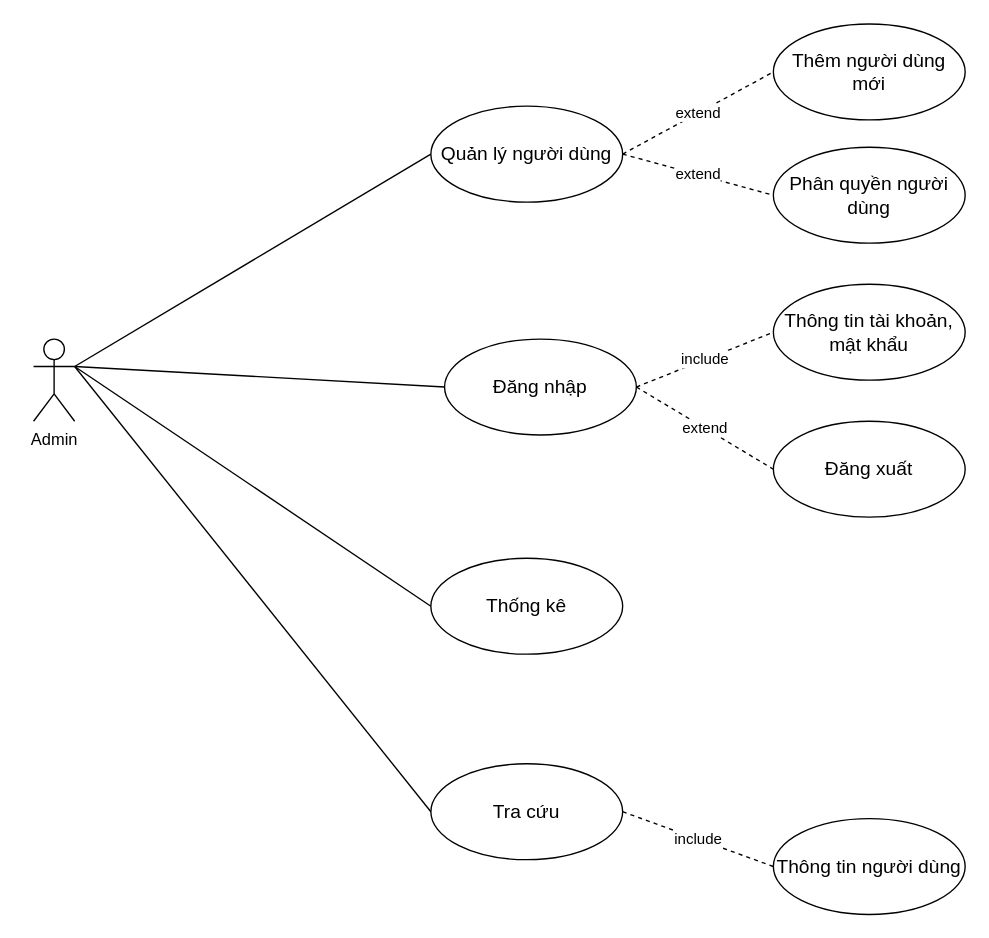
Earlier version of the draw.io diagram DA_II/drawio/usecaseAdmin.drawio (toroieno/HUST). Source tidied: cells renumbered, new cells numbered last; positions are measured from the earlier drawing's top-left corner, leaving out a move shared by most shapes. Both pictures are drawn from the tidied source at 137%, with x=0, y=0 at pixel (33, 23).
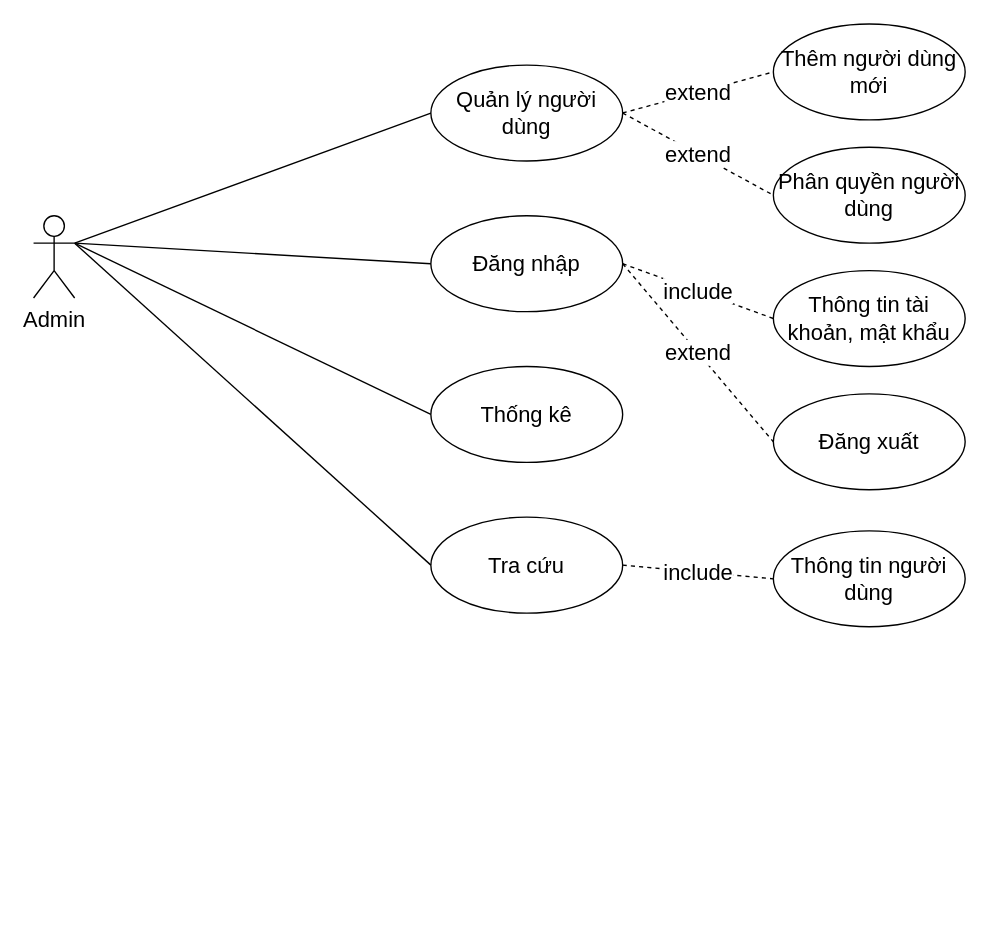
Above is the later version.

The edit, as a diff of the source:
```diff
@@
-    <mxCell id="2" value="Admin" style="shape=umlActor;verticalLabelPosition=bottom;verticalAlign=top;html=1;outlineConnect=0;" parent="1" vertex="1">
-      <mxGeometry y="230" width="30" height="60" as="geometry" />
+    <mxCell id="2" value="Admin" style="shape=umlActor;verticalLabelPosition=bottom;verticalAlign=top;html=1;outlineConnect=0;fontSize=16;" parent="1" vertex="1">
+      <mxGeometry y="140" width="30" height="60" as="geometry" />
     </mxCell>
-    <mxCell id="3" value="Đăng nhập" style="ellipse;whiteSpace=wrap;html=1;strokeWidth=1;fontSize=14;" parent="1" vertex="1">
-      <mxGeometry x="300" y="230" width="140" height="70" as="geometry" />
+    <mxCell id="3" value="Đăng nhập" style="ellipse;whiteSpace=wrap;html=1;strokeWidth=1;fontSize=16;" parent="1" vertex="1">
+      <mxGeometry x="290" y="140" width="140" height="70" as="geometry" />
     </mxCell>
-    <mxCell id="4" value="Thống kê" style="ellipse;whiteSpace=wrap;html=1;strokeWidth=1;fontSize=14;" parent="1" vertex="1">
-      <mxGeometry x="290" y="390" width="140" height="70" as="geometry" />
+    <mxCell id="4" value="Thống kê" style="ellipse;whiteSpace=wrap;html=1;strokeWidth=1;fontSize=16;" parent="1" vertex="1">
+      <mxGeometry x="290" y="250" width="140" height="70" as="geometry" />
     </mxCell>
-    <mxCell id="5" value="Tra cứu" style="ellipse;whiteSpace=wrap;html=1;strokeWidth=1;fontSize=14;" parent="1" vertex="1">
-      <mxGeometry x="290" y="540" width="140" height="70" as="geometry" />
+    <mxCell id="5" value="Tra cứu" style="ellipse;whiteSpace=wrap;html=1;strokeWidth=1;fontSize=16;" parent="1" vertex="1">
+      <mxGeometry x="290" y="360" width="140" height="70" as="geometry" />
     </mxCell>
-    <mxCell id="6" value="Quản lý người dùng" style="ellipse;whiteSpace=wrap;html=1;strokeWidth=1;fontSize=14;" parent="1" vertex="1">
-      <mxGeometry x="290" y="60" width="140" height="70" as="geometry" />
+    <mxCell id="6" value="Quản lý người dùng" style="ellipse;whiteSpace=wrap;html=1;strokeWidth=1;fontSize=16;" parent="1" vertex="1">
+      <mxGeometry x="290" y="30" width="140" height="70" as="geometry" />
     </mxCell>
-    <mxCell id="7" style="endArrow=none;html=1;rounded=0;entryX=0;entryY=0.5;entryDx=0;entryDy=0;exitX=1;exitY=0.3333333333333333;exitDx=0;exitDy=0;exitPerimeter=0;" parent="1" edge="1" source="2" target="6">
+    <mxCell id="7" style="endArrow=none;html=1;rounded=0;entryX=0;entryY=0.5;entryDx=0;entryDy=0;exitX=1;exitY=0.3333333333333333;exitDx=0;exitDy=0;exitPerimeter=0;fontSize=16;" parent="1" edge="1" source="2" target="6">
       <mxGeometry relative="1" as="geometry" />
     </mxCell>
-    <mxCell id="8" style="endArrow=none;html=1;rounded=0;entryX=0;entryY=0.5;entryDx=0;entryDy=0;exitX=1;exitY=0.3333333333333333;exitDx=0;exitDy=0;exitPerimeter=0;" parent="1" edge="1" source="2" target="3">
+    <mxCell id="8" style="endArrow=none;html=1;rounded=0;entryX=0;entryY=0.5;entryDx=0;entryDy=0;exitX=1;exitY=0.3333333333333333;exitDx=0;exitDy=0;exitPerimeter=0;fontSize=16;" parent="1" edge="1" source="2" target="3">
       <mxGeometry relative="1" as="geometry" />
     </mxCell>
-    <mxCell id="9" style="endArrow=none;html=1;rounded=0;entryX=0;entryY=0.5;entryDx=0;entryDy=0;exitX=1;exitY=0.3333333333333333;exitDx=0;exitDy=0;exitPerimeter=0;" parent="1" edge="1" source="2" target="4">
+    <mxCell id="9" style="endArrow=none;html=1;rounded=0;entryX=0;entryY=0.5;entryDx=0;entryDy=0;exitX=1;exitY=0.3333333333333333;exitDx=0;exitDy=0;exitPerimeter=0;fontSize=16;" parent="1" edge="1" source="2" target="4">
       <mxGeometry relative="1" as="geometry" />
     </mxCell>
-    <mxCell id="10" style="endArrow=none;html=1;rounded=0;entryX=0;entryY=0.5;entryDx=0;entryDy=0;exitX=1;exitY=0.3333333333333333;exitDx=0;exitDy=0;exitPerimeter=0;" parent="1" edge="1" source="2" target="5">
+    <mxCell id="10" style="endArrow=none;html=1;rounded=0;entryX=0;entryY=0.5;entryDx=0;entryDy=0;exitX=1;exitY=0.3333333333333333;exitDx=0;exitDy=0;exitPerimeter=0;fontSize=16;" parent="1" edge="1" source="2" target="5">
       <mxGeometry relative="1" as="geometry" />
     </mxCell>
-    <mxCell id="11" value="include" style="endArrow=none;dashed=1;html=1;rounded=0;entryX=0;entryY=0.5;entryDx=0;entryDy=0;exitX=1;exitY=0.5;exitDx=0;exitDy=0;" parent="1" edge="1" source="3" target="12">
+    <mxCell id="11" value="include" style="endArrow=none;dashed=1;html=1;rounded=0;entryX=0;entryY=0.5;entryDx=0;entryDy=0;exitX=1;exitY=0.5;exitDx=0;exitDy=0;fontSize=16;" parent="1" edge="1" source="3" target="12">
       <mxGeometry relative="1" as="geometry" />
     </mxCell>
-    <mxCell id="12" value="Thông tin tài khoản, mật khẩu" style="ellipse;whiteSpace=wrap;html=1;strokeWidth=1;fontSize=14;" parent="1" vertex="1">
-      <mxGeometry x="540" y="190" width="140" height="70" as="geometry" />
+    <mxCell id="12" value="Thông tin tài khoản, mật khẩu" style="ellipse;whiteSpace=wrap;html=1;strokeWidth=1;fontSize=16;" parent="1" vertex="1">
+      <mxGeometry x="540" y="180" width="140" height="70" as="geometry" />
     </mxCell>
-    <mxCell id="13" value="Đăng xuất" style="ellipse;whiteSpace=wrap;html=1;strokeWidth=1;fontSize=14;" parent="1" vertex="1">
-      <mxGeometry x="540" y="290" width="140" height="70" as="geometry" />
+    <mxCell id="13" value="Đăng xuất" style="ellipse;whiteSpace=wrap;html=1;strokeWidth=1;fontSize=16;" parent="1" vertex="1">
+      <mxGeometry x="540" y="270" width="140" height="70" as="geometry" />
     </mxCell>
-    <mxCell id="14" value="extend" style="endArrow=none;dashed=1;html=1;rounded=0;entryX=0;entryY=0.5;entryDx=0;entryDy=0;exitX=1;exitY=0.5;exitDx=0;exitDy=0;" parent="1" edge="1" source="3" target="13">
+    <mxCell id="14" value="extend" style="endArrow=none;dashed=1;html=1;rounded=0;entryX=0;entryY=0.5;entryDx=0;entryDy=0;exitX=1;exitY=0.5;exitDx=0;exitDy=0;fontSize=16;" parent="1" edge="1" source="3" target="13">
       <mxGeometry relative="1" as="geometry" />
     </mxCell>
-    <mxCell id="15" value="Thông tin người dùng" style="ellipse;whiteSpace=wrap;html=1;strokeWidth=1;fontSize=14;" parent="1" vertex="1">
-      <mxGeometry x="540" y="580" width="140" height="70" as="geometry" />
+    <mxCell id="15" value="Thông tin người dùng" style="ellipse;whiteSpace=wrap;html=1;strokeWidth=1;fontSize=16;" parent="1" vertex="1">
+      <mxGeometry x="540" y="370" width="140" height="70" as="geometry" />
     </mxCell>
-    <mxCell id="16" value="include" style="endArrow=none;dashed=1;html=1;rounded=0;entryX=0;entryY=0.5;entryDx=0;entryDy=0;exitX=1;exitY=0.5;exitDx=0;exitDy=0;" parent="1" edge="1" source="5" target="15">
+    <mxCell id="16" value="include" style="endArrow=none;dashed=1;html=1;rounded=0;entryX=0;entryY=0.5;entryDx=0;entryDy=0;exitX=1;exitY=0.5;exitDx=0;exitDy=0;fontSize=16;" parent="1" edge="1" source="5" target="15">
       <mxGeometry relative="1" as="geometry" />
     </mxCell>
-    <mxCell id="17" value="Thêm người dùng mới" style="ellipse;whiteSpace=wrap;html=1;strokeWidth=1;fontSize=14;" parent="1" vertex="1">
+    <mxCell id="17" value="Thêm người dùng mới" style="ellipse;whiteSpace=wrap;html=1;strokeWidth=1;fontSize=16;" parent="1" vertex="1">
       <mxGeometry x="540" width="140" height="70" as="geometry" />
     </mxCell>
-    <mxCell id="18" value="extend" style="endArrow=none;dashed=1;html=1;rounded=0;entryX=0;entryY=0.5;entryDx=0;entryDy=0;exitX=1;exitY=0.5;exitDx=0;exitDy=0;" parent="1" edge="1" source="6" target="17">
+    <mxCell id="18" value="extend" style="endArrow=none;dashed=1;html=1;rounded=0;entryX=0;entryY=0.5;entryDx=0;entryDy=0;exitX=1;exitY=0.5;exitDx=0;exitDy=0;fontSize=16;" parent="1" edge="1" source="6" target="17">
       <mxGeometry relative="1" as="geometry" />
     </mxCell>
-    <mxCell id="19" value="Phân quyền người dùng" style="ellipse;whiteSpace=wrap;html=1;strokeWidth=1;fontSize=14;" parent="1" vertex="1">
+    <mxCell id="19" value="Phân quyền người dùng" style="ellipse;whiteSpace=wrap;html=1;strokeWidth=1;fontSize=16;" parent="1" vertex="1">
       <mxGeometry x="540" y="90" width="140" height="70" as="geometry" />
     </mxCell>
-    <mxCell id="20" value="extend" style="endArrow=none;dashed=1;html=1;rounded=0;entryX=0;entryY=0.5;entryDx=0;entryDy=0;exitX=1;exitY=0.5;exitDx=0;exitDy=0;" parent="1" edge="1" source="6" target="19">
+    <mxCell id="20" value="extend" style="endArrow=none;dashed=1;html=1;rounded=0;entryX=0;entryY=0.5;entryDx=0;entryDy=0;exitX=1;exitY=0.5;exitDx=0;exitDy=0;fontSize=16;" parent="1" edge="1" source="6" target="19">
       <mxGeometry relative="1" as="geometry" />
     </mxCell>
```
